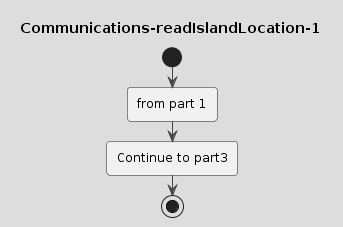
This is drawings/Communications-readIslandLocation-1.png from coding-to-music/plantuml-diagram-examples, a PlantUML export, as it was before one commit.
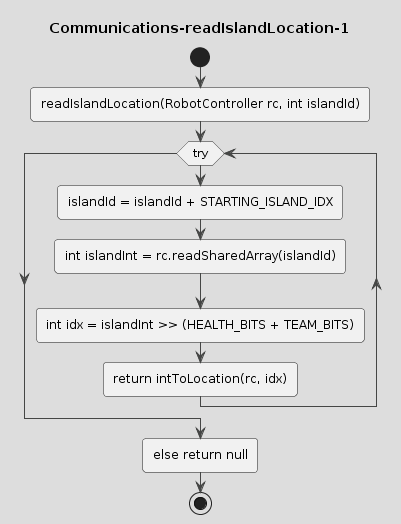
The same diagram one commit later.

Change to the diagram source:
```diff
@@ -3,13 +3,20 @@
 title Communications-readIslandLocation-1
 start
 
-:from part 1;
 
 
 
 
+:readIslandLocation(RobotController rc, int islandId);
 
+while (try)
+    :islandId = islandId + STARTING_ISLAND_IDX;
+    :int islandInt = rc.readSharedArray(islandId);
+    :int idx = islandInt >> (HEALTH_BITS + TEAM_BITS);
+    :return intToLocation(rc, idx);
+endwhile
 
-:Continue to part3;
+:else return null;
+
 stop
 @enduml
```
